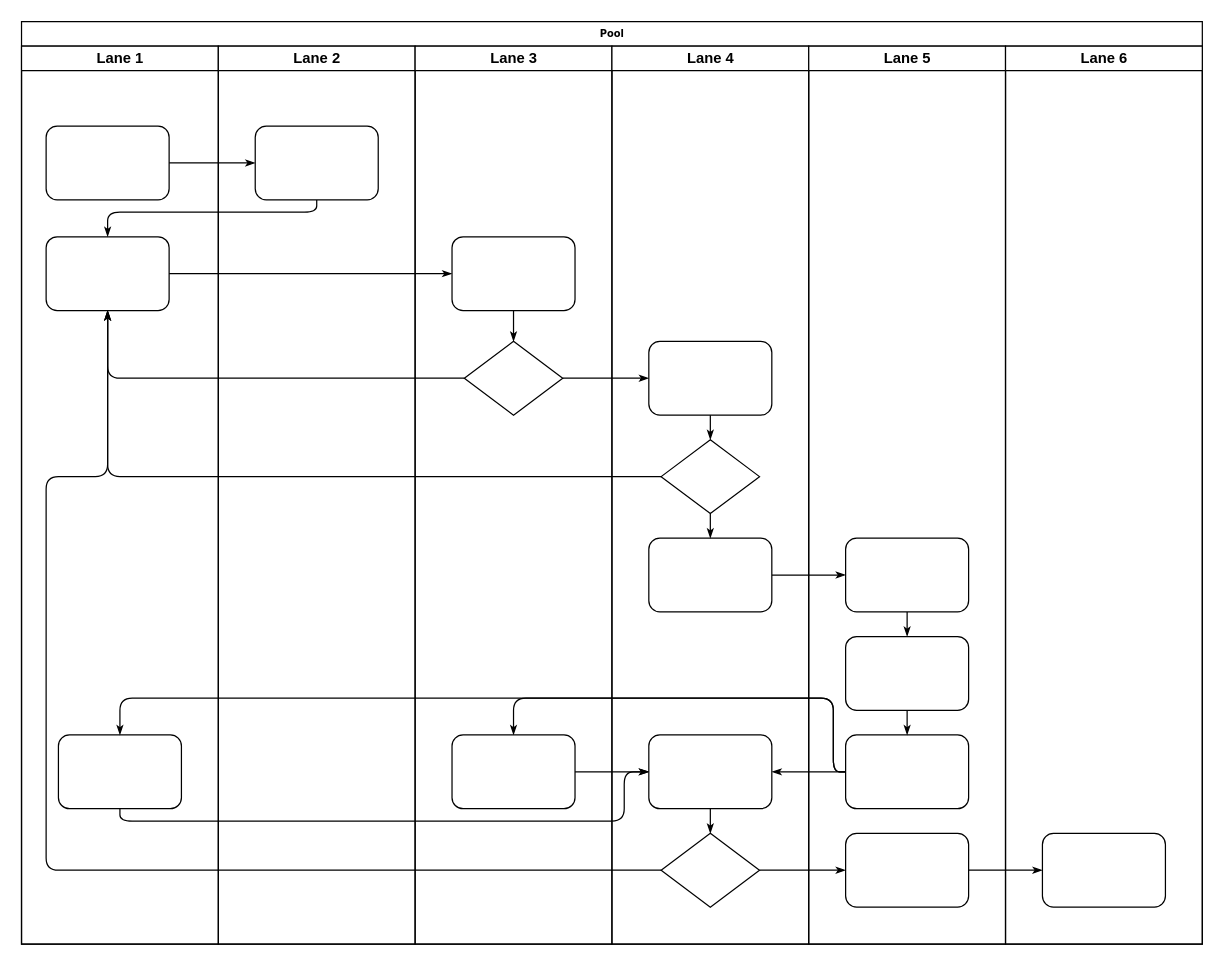
Above: Untitled Diagram.drawio in zeronecodes/codes (draw.io), before the change. Source tidied: cells renumbered, new cells numbered last; positions are measured from the earlier drawing's top-left corner, leaving out a move shared by most shapes. Both pictures are drawn from the tidied source at 123%, with x=0, y=0 at pixel (21, 21).
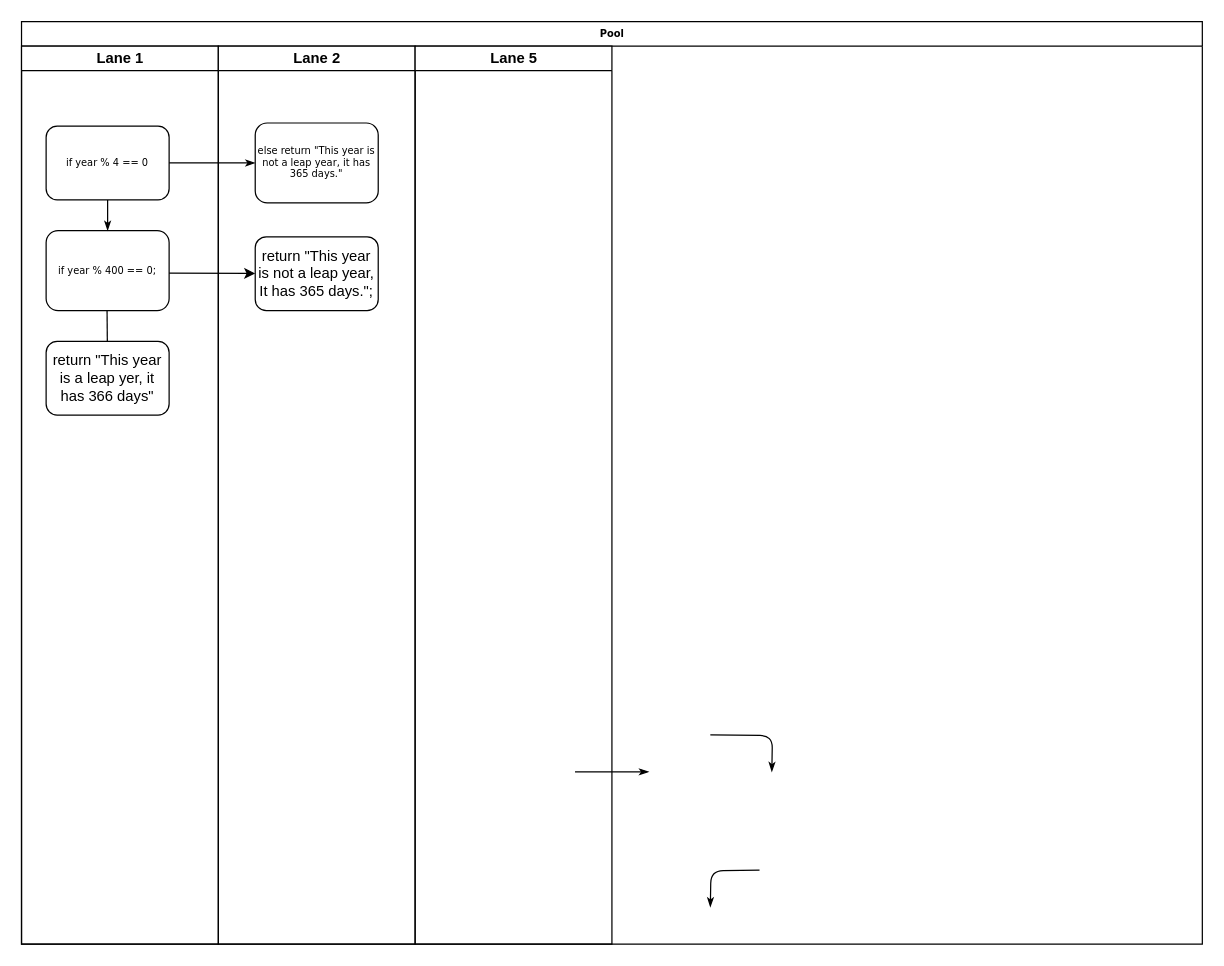
Above is the later version.

Commit message:
Leap Year Checker

The change refers to these unchanged cells:
```xml
<mxCell id="2" value="Pool" style="swimlane;html=1;startSize=20;rounded=0;shadow=0;labelBackgroundColor=none;strokeWidth=1;fontFamily=Verdana;fontSize=8;align=center;" parent="1" vertex="1">
  <mxGeometry width="960" height="750" as="geometry" />
</mxCell>
<mxCell id="3" value="Lane 1" style="swimlane;html=1;startSize=20;" parent="2" vertex="1">
  <mxGeometry y="20" width="160" height="730" as="geometry" />
</mxCell>
<mxCell id="22" value="Lane 2" style="swimlane;html=1;startSize=20;" parent="2" vertex="1">
  <mxGeometry x="160" y="20" width="160" height="730" as="geometry" />
</mxCell>
```

Change to the diagram source:
```diff
@@
+    <mxCell id="47" style="endArrow=classic;html=1;" parent="3" edge="1">
+      <mxGeometry relative="1" as="geometry">
+        <mxPoint x="69.5" y="210" as="sourcePoint" />
+        <mxPoint x="70" y="270" as="targetPoint" />
+      </mxGeometry>
+    </mxCell>
-    <mxCell id="4" style="rounded=1;whiteSpace=wrap;html=1;shadow=0;labelBackgroundColor=none;strokeWidth=1;fontFamily=Verdana;fontSize=8;align=center;" parent="3" vertex="1">
+    <mxCell id="4" value="if year % 4 == 0" style="rounded=1;whiteSpace=wrap;html=1;shadow=0;labelBackgroundColor=none;strokeWidth=1;fontFamily=Verdana;fontSize=8;align=center;" parent="3" vertex="1">
       <mxGeometry x="20" y="65" width="100" height="60" as="geometry" />
     </mxCell>
-    <mxCell id="5" style="rounded=1;whiteSpace=wrap;html=1;shadow=0;labelBackgroundColor=none;strokeWidth=1;fontFamily=Verdana;fontSize=8;align=center;" parent="3" vertex="1">
-      <mxGeometry x="20" y="155" width="100" height="60" as="geometry" />
+    <mxCell id="5" value="if year % 400 == 0;" style="rounded=1;whiteSpace=wrap;html=1;shadow=0;labelBackgroundColor=none;strokeWidth=1;fontFamily=Verdana;fontSize=8;align=center;" parent="3" vertex="1">
+      <mxGeometry x="20" y="150" width="100" height="65" as="geometry" />
     </mxCell>
-    <mxCell id="6" style="rounded=1;whiteSpace=wrap;html=1;shadow=0;labelBackgroundColor=none;strokeWidth=1;fontFamily=Verdana;fontSize=8;align=center;" parent="3" vertex="1">
-      <mxGeometry x="30" y="560" width="100" height="60" as="geometry" />
-    </mxCell>
+    <mxCell id="8" style="edgeStyle=orthogonalEdgeStyle;rounded=1;html=1;labelBackgroundColor=none;startArrow=none;startFill=0;startSize=5;endArrow=classicThin;endFill=1;endSize=5;jettySize=auto;strokeWidth=1;fontFamily=Verdana;fontSize=8;exitX=0.5;exitY=1;exitDx=0;exitDy=0;" parent="3" edge="1" source="4" target="5">
+      <mxGeometry relative="1" as="geometry" />
+    </mxCell>
+    <mxCell id="48" value="return &quot;This year is a leap yer, it has 366 days&quot;" style="rounded=1;whiteSpace=wrap;html=1;" parent="3" vertex="1">
+      <mxGeometry x="20" y="240" width="100" height="60" as="geometry" />
+    </mxCell>
+    <mxCell id="49" style="endArrow=classic;html=1;" parent="3" edge="1" target="50">
+      <mxGeometry relative="1" as="geometry">
+        <mxPoint x="120" y="184.5" as="sourcePoint" />
+      </mxGeometry>
+    </mxCell>
@@
-    <mxCell id="8" style="edgeStyle=orthogonalEdgeStyle;rounded=1;html=1;labelBackgroundColor=none;startArrow=none;startFill=0;startSize=5;endArrow=classicThin;endFill=1;endSize=5;jettySize=auto;strokeWidth=1;fontFamily=Verdana;fontSize=8;" parent="2" edge="1" source="23" target="5">
-      <mxGeometry relative="1" as="geometry">
-        <Array as="points">
-          <mxPoint x="240" y="155" />
-          <mxPoint x="70" y="155" />
-        </Array>
-      </mxGeometry>
-    </mxCell>
-    <mxCell id="9" style="edgeStyle=orthogonalEdgeStyle;rounded=1;html=1;labelBackgroundColor=none;startArrow=none;startFill=0;startSize=5;endArrow=classicThin;endFill=1;endSize=5;jettySize=auto;strokeWidth=1;fontFamily=Verdana;fontSize=8;" parent="2" edge="1" source="5" target="25">
-      <mxGeometry relative="1" as="geometry" />
-    </mxCell>
-    <mxCell id="10" style="edgeStyle=orthogonalEdgeStyle;rounded=1;html=1;labelBackgroundColor=none;startArrow=none;startFill=0;startSize=5;endArrow=classicThin;endFill=1;endSize=5;jettySize=auto;strokeWidth=1;fontFamily=Verdana;fontSize=8;" parent="2" edge="1" source="26" target="5">
-      <mxGeometry relative="1" as="geometry" />
-    </mxCell>
-    <mxCell id="11" style="edgeStyle=orthogonalEdgeStyle;rounded=1;html=1;labelBackgroundColor=none;startArrow=none;startFill=0;startSize=5;endArrow=classicThin;endFill=1;endSize=5;jettySize=auto;strokeWidth=1;fontFamily=Verdana;fontSize=8;" parent="2" edge="1" source="31" target="5">
-      <mxGeometry relative="1" as="geometry" />
-    </mxCell>
-    <mxCell id="12" style="edgeStyle=orthogonalEdgeStyle;rounded=1;html=1;labelBackgroundColor=none;startArrow=none;startFill=0;startSize=5;endArrow=classicThin;endFill=1;endSize=5;jettySize=auto;strokeWidth=1;fontFamily=Verdana;fontSize=8;" parent="2" edge="1" source="34" target="5">
-      <mxGeometry relative="1" as="geometry">
-        <Array as="points">
-          <mxPoint x="20" y="690" />
-          <mxPoint x="20" y="370" />
-          <mxPoint x="70" y="370" />
-        </Array>
-      </mxGeometry>
-    </mxCell>
-    <mxCell id="13" style="edgeStyle=orthogonalEdgeStyle;rounded=1;html=1;labelBackgroundColor=none;startArrow=none;startFill=0;startSize=5;endArrow=classicThin;endFill=1;endSize=5;jettySize=auto;strokeWidth=1;fontFamily=Verdana;fontSize=8;" parent="2" edge="1" source="26" target="30">
-      <mxGeometry relative="1" as="geometry" />
-    </mxCell>
-    <mxCell id="14" style="edgeStyle=orthogonalEdgeStyle;rounded=1;html=1;labelBackgroundColor=none;startArrow=none;startFill=0;startSize=5;endArrow=classicThin;endFill=1;endSize=5;jettySize=auto;strokeWidth=1;fontFamily=Verdana;fontSize=8;" parent="2" edge="1" source="34" target="42">
-      <mxGeometry relative="1" as="geometry" />
+    <mxCell id="14" style="edgeStyle=orthogonalEdgeStyle;rounded=1;html=1;labelBackgroundColor=none;startArrow=none;startFill=0;startSize=5;endArrow=classicThin;endFill=1;endSize=5;jettySize=auto;orthogonalLoop=1;strokeWidth=1;fontFamily=Verdana;fontSize=8;" parent="2" edge="1">
+      <mxGeometry relative="1" as="geometry">
+        <mxPoint x="600" y="690" as="sourcePoint" />
+        <mxPoint x="560" y="720" as="targetPoint" />
+      </mxGeometry>
     </mxCell>
-    <mxCell id="15" style="edgeStyle=orthogonalEdgeStyle;rounded=1;html=1;labelBackgroundColor=none;startArrow=none;startFill=0;startSize=5;endArrow=classicThin;endFill=1;endSize=5;jettySize=auto;strokeWidth=1;fontFamily=Verdana;fontSize=8;" parent="2" edge="1" source="42" target="46">
-      <mxGeometry relative="1" as="geometry" />
+    <mxCell id="15" style="edgeStyle=orthogonalEdgeStyle;rounded=1;html=1;labelBackgroundColor=none;startArrow=none;startFill=0;startSize=5;endArrow=classicThin;endFill=1;endSize=5;jettySize=auto;orthogonalLoop=1;strokeWidth=1;fontFamily=Verdana;fontSize=8;" parent="2" edge="1">
+      <mxGeometry relative="1" as="geometry">
+        <mxPoint x="610" y="690" as="sourcePoint" />
+      </mxGeometry>
     </mxCell>
-    <mxCell id="16" style="edgeStyle=orthogonalEdgeStyle;rounded=1;html=1;labelBackgroundColor=none;startArrow=none;startFill=0;startSize=5;endArrow=classicThin;endFill=1;endSize=5;jettySize=auto;strokeWidth=1;fontFamily=Verdana;fontSize=8;" parent="2" edge="1" source="32" target="39">
-      <mxGeometry relative="1" as="geometry" />
-    </mxCell>
-    <mxCell id="17" style="edgeStyle=orthogonalEdgeStyle;rounded=1;html=1;labelBackgroundColor=none;startArrow=none;startFill=0;startSize=5;endArrow=classicThin;endFill=1;endSize=5;jettySize=auto;strokeWidth=1;fontFamily=Verdana;fontSize=8;" parent="2" edge="1" source="41" target="27">
+    <mxCell id="17" style="edgeStyle=orthogonalEdgeStyle;rounded=1;html=1;labelBackgroundColor=none;startArrow=none;startFill=0;startSize=5;endArrow=classicThin;endFill=1;endSize=5;jettySize=auto;orthogonalLoop=1;strokeWidth=1;fontFamily=Verdana;fontSize=8;" parent="2" edge="1">
       <mxGeometry relative="1" as="geometry">
+        <mxPoint x="610" y="610" as="sourcePoint" />
         <Array as="points">
           <mxPoint x="660" y="610" />
           <mxPoint x="660" y="550" />
           <mxPoint x="400" y="550" />
         </Array>
       </mxGeometry>
     </mxCell>
-    <mxCell id="18" style="edgeStyle=orthogonalEdgeStyle;rounded=1;html=1;labelBackgroundColor=none;startArrow=none;startFill=0;startSize=5;endArrow=classicThin;endFill=1;endSize=5;jettySize=auto;strokeColor=#000000;strokeWidth=1;fontFamily=Verdana;fontSize=8;fontColor=#000000;" parent="2" edge="1" source="41" target="33">
-      <mxGeometry relative="1" as="geometry" />
+    <mxCell id="18" style="edgeStyle=orthogonalEdgeStyle;rounded=1;html=1;labelBackgroundColor=none;startArrow=none;startFill=0;startSize=5;endArrow=classicThin;endFill=1;endSize=5;jettySize=auto;orthogonalLoop=1;strokeColor=#000000;strokeWidth=1;fontFamily=Verdana;fontSize=8;fontColor=#000000;" parent="2" edge="1">
+      <mxGeometry relative="1" as="geometry">
+        <mxPoint x="560" y="580" as="sourcePoint" />
+        <mxPoint x="610" y="610" as="targetPoint" />
+      </mxGeometry>
     </mxCell>
-    <mxCell id="19" style="edgeStyle=orthogonalEdgeStyle;rounded=1;html=1;labelBackgroundColor=none;startArrow=none;startFill=0;startSize=5;endArrow=classicThin;endFill=1;endSize=5;jettySize=auto;strokeWidth=1;fontFamily=Verdana;fontSize=8;" parent="2" edge="1" source="41" target="6">
-      <mxGeometry relative="1" as="geometry">
-        <Array as="points">
-          <mxPoint x="660" y="610" />
-          <mxPoint x="660" y="550" />
-          <mxPoint x="80" y="550" />
-        </Array>
-      </mxGeometry>
-    </mxCell>
-    <mxCell id="20" style="edgeStyle=orthogonalEdgeStyle;rounded=1;html=1;labelBackgroundColor=none;startArrow=none;startFill=0;startSize=5;endArrow=classicThin;endFill=1;endSize=5;jettySize=auto;strokeWidth=1;fontFamily=Verdana;fontSize=8;" parent="2" edge="1" source="6" target="33">
-      <mxGeometry relative="1" as="geometry">
-        <Array as="points">
-          <mxPoint x="80" y="650" />
-          <mxPoint x="490" y="650" />
-          <mxPoint x="490" y="610" />
-        </Array>
-      </mxGeometry>
-    </mxCell>
-    <mxCell id="21" style="edgeStyle=orthogonalEdgeStyle;rounded=1;html=1;labelBackgroundColor=none;startArrow=none;startFill=0;startSize=5;endArrow=classicThin;endFill=1;endSize=5;jettySize=auto;strokeWidth=1;fontFamily=Verdana;fontSize=8;" parent="2" edge="1" source="27" target="33">
-      <mxGeometry relative="1" as="geometry" />
+    <mxCell id="21" style="edgeStyle=orthogonalEdgeStyle;rounded=1;html=1;labelBackgroundColor=none;startArrow=none;startFill=0;startSize=5;endArrow=classicThin;endFill=1;endSize=5;jettySize=auto;orthogonalLoop=1;strokeWidth=1;fontFamily=Verdana;fontSize=8;" parent="2" edge="1">
+      <mxGeometry relative="1" as="geometry">
+        <mxPoint x="450" y="610" as="sourcePoint" />
+        <mxPoint x="510" y="610" as="targetPoint" />
+      </mxGeometry>
     </mxCell>
@@
-    <mxCell id="23" style="rounded=1;whiteSpace=wrap;html=1;shadow=0;labelBackgroundColor=none;strokeWidth=1;fontFamily=Verdana;fontSize=8;align=center;" parent="22" vertex="1">
-      <mxGeometry x="30" y="65" width="100" height="60" as="geometry" />
+    <mxCell id="23" value="else return &quot;This year is not a leap year, it has 365 days.&quot;" style="rounded=1;whiteSpace=wrap;html=1;shadow=0;labelBackgroundColor=none;strokeWidth=1;fontFamily=Verdana;fontSize=8;align=center;" parent="22" vertex="1">
+      <mxGeometry x="30" y="62.5" width="100" height="65" as="geometry" />
     </mxCell>
-    <mxCell id="24" value="Lane 3" style="swimlane;html=1;startSize=20;" parent="2" vertex="1">
-      <mxGeometry x="320" y="20" width="160" height="730" as="geometry" />
-    </mxCell>
-    <mxCell id="25" style="rounded=1;whiteSpace=wrap;html=1;shadow=0;labelBackgroundColor=none;strokeWidth=1;fontFamily=Verdana;fontSize=8;align=center;" parent="24" vertex="1">
-      <mxGeometry x="30" y="155" width="100" height="60" as="geometry" />
-    </mxCell>
-    <mxCell id="26" style="rhombus;whiteSpace=wrap;html=1;rounded=0;shadow=0;labelBackgroundColor=none;strokeWidth=1;fontFamily=Verdana;fontSize=8;align=center;" parent="24" vertex="1">
-      <mxGeometry x="40" y="240" width="80" height="60" as="geometry" />
-    </mxCell>
-    <mxCell id="27" style="rounded=1;whiteSpace=wrap;html=1;shadow=0;labelBackgroundColor=none;strokeWidth=1;fontFamily=Verdana;fontSize=8;align=center;" parent="24" vertex="1">
-      <mxGeometry x="30" y="560" width="100" height="60" as="geometry" />
-    </mxCell>
-    <mxCell id="28" style="edgeStyle=orthogonalEdgeStyle;rounded=1;html=1;labelBackgroundColor=none;startArrow=none;startFill=0;startSize=5;endArrow=classicThin;endFill=1;endSize=5;jettySize=auto;strokeWidth=1;fontFamily=Verdana;fontSize=8;" parent="24" edge="1" source="25" target="26">
-      <mxGeometry relative="1" as="geometry" />
-    </mxCell>
-    <mxCell id="29" value="Lane 4" style="swimlane;html=1;startSize=20;" parent="2" vertex="1">
-      <mxGeometry x="480" y="20" width="160" height="730" as="geometry" />
-    </mxCell>
-    <mxCell id="30" style="rounded=1;whiteSpace=wrap;html=1;shadow=0;labelBackgroundColor=none;strokeWidth=1;fontFamily=Verdana;fontSize=8;align=center;" parent="29" vertex="1">
-      <mxGeometry x="30" y="240" width="100" height="60" as="geometry" />
-    </mxCell>
-    <mxCell id="31" style="rhombus;whiteSpace=wrap;html=1;rounded=0;shadow=0;labelBackgroundColor=none;strokeWidth=1;fontFamily=Verdana;fontSize=8;align=center;" parent="29" vertex="1">
-      <mxGeometry x="40" y="320" width="80" height="60" as="geometry" />
-    </mxCell>
-    <mxCell id="32" style="rounded=1;whiteSpace=wrap;html=1;shadow=0;labelBackgroundColor=none;strokeWidth=1;fontFamily=Verdana;fontSize=8;align=center;" parent="29" vertex="1">
-      <mxGeometry x="30" y="400" width="100" height="60" as="geometry" />
-    </mxCell>
-    <mxCell id="33" style="rounded=1;whiteSpace=wrap;html=1;shadow=0;labelBackgroundColor=none;strokeWidth=1;fontFamily=Verdana;fontSize=8;align=center;" parent="29" vertex="1">
-      <mxGeometry x="30" y="560" width="100" height="60" as="geometry" />
-    </mxCell>
-    <mxCell id="34" style="rhombus;whiteSpace=wrap;html=1;rounded=0;shadow=0;labelBackgroundColor=none;strokeWidth=1;fontFamily=Verdana;fontSize=8;align=center;" parent="29" vertex="1">
-      <mxGeometry x="40" y="640" width="80" height="60" as="geometry" />
-    </mxCell>
-    <mxCell id="35" style="edgeStyle=orthogonalEdgeStyle;rounded=1;html=1;labelBackgroundColor=none;startArrow=none;startFill=0;startSize=5;endArrow=classicThin;endFill=1;endSize=5;jettySize=auto;strokeColor=#000000;strokeWidth=1;fontFamily=Verdana;fontSize=8;fontColor=#000000;" parent="29" edge="1" source="30" target="31">
-      <mxGeometry relative="1" as="geometry" />
-    </mxCell>
-    <mxCell id="36" style="edgeStyle=orthogonalEdgeStyle;rounded=1;html=1;labelBackgroundColor=none;startArrow=none;startFill=0;startSize=5;endArrow=classicThin;endFill=1;endSize=5;jettySize=auto;strokeWidth=1;fontFamily=Verdana;fontSize=8;" parent="29" edge="1" source="31" target="32">
-      <mxGeometry relative="1" as="geometry" />
-    </mxCell>
-    <mxCell id="37" style="edgeStyle=orthogonalEdgeStyle;rounded=1;html=1;labelBackgroundColor=none;startArrow=none;startFill=0;startSize=5;endArrow=classicThin;endFill=1;endSize=5;jettySize=auto;strokeWidth=1;fontFamily=Verdana;fontSize=8;" parent="29" edge="1" source="33" target="34">
-      <mxGeometry relative="1" as="geometry" />
-    </mxCell>
+    <mxCell id="50" value="return &quot;This year is not a leap year, It has 365 days.&quot;;" style="rounded=1;whiteSpace=wrap;html=1;" parent="22" vertex="1">
+      <mxGeometry x="30" y="155" width="100" height="60" as="geometry" />
+    </mxCell>
     <mxCell id="38" value="Lane 5" style="swimlane;html=1;startSize=20;" parent="2" vertex="1">
-      <mxGeometry x="640" y="20" width="160" height="730" as="geometry" />
+      <mxGeometry x="320" y="20" width="160" height="730" as="geometry" />
     </mxCell>
-    <mxCell id="39" style="rounded=1;whiteSpace=wrap;html=1;shadow=0;labelBackgroundColor=none;strokeWidth=1;fontFamily=Verdana;fontSize=8;align=center;" parent="38" vertex="1">
-      <mxGeometry x="30" y="400" width="100" height="60" as="geometry" />
-    </mxCell>
-    <mxCell id="40" style="rounded=1;whiteSpace=wrap;html=1;shadow=0;labelBackgroundColor=none;strokeWidth=1;fontFamily=Verdana;fontSize=8;align=center;" parent="38" vertex="1">
-      <mxGeometry x="30" y="480" width="100" height="60" as="geometry" />
-    </mxCell>
-    <mxCell id="41" style="rounded=1;whiteSpace=wrap;html=1;shadow=0;labelBackgroundColor=none;strokeWidth=1;fontFamily=Verdana;fontSize=8;align=center;" parent="38" vertex="1">
-      <mxGeometry x="30" y="560" width="100" height="60" as="geometry" />
-    </mxCell>
-    <mxCell id="42" style="rounded=1;whiteSpace=wrap;html=1;shadow=0;labelBackgroundColor=none;strokeWidth=1;fontFamily=Verdana;fontSize=8;align=center;" parent="38" vertex="1">
-      <mxGeometry x="30" y="640" width="100" height="60" as="geometry" />
-    </mxCell>
-    <mxCell id="43" style="edgeStyle=orthogonalEdgeStyle;rounded=1;html=1;labelBackgroundColor=none;startArrow=none;startFill=0;startSize=5;endArrow=classicThin;endFill=1;endSize=5;jettySize=auto;strokeWidth=1;fontFamily=Verdana;fontSize=8;" parent="38" edge="1" source="39" target="40">
-      <mxGeometry relative="1" as="geometry" />
+    <mxCell id="43" style="edgeStyle=orthogonalEdgeStyle;rounded=1;html=1;labelBackgroundColor=none;startArrow=none;startFill=0;startSize=5;endArrow=classicThin;endFill=1;endSize=5;jettySize=auto;orthogonalLoop=1;strokeWidth=1;fontFamily=Verdana;fontSize=8;" parent="38" edge="1">
+      <mxGeometry relative="1" as="geometry">
+        <mxPoint x="80" y="480" as="targetPoint" />
+      </mxGeometry>
     </mxCell>
-    <mxCell id="44" style="edgeStyle=orthogonalEdgeStyle;rounded=1;html=1;labelBackgroundColor=none;startArrow=none;startFill=0;startSize=5;endArrow=classicThin;endFill=1;endSize=5;jettySize=auto;strokeWidth=1;fontFamily=Verdana;fontSize=8;" parent="38" edge="1" source="40" target="41">
-      <mxGeometry relative="1" as="geometry" />
+    <mxCell id="44" style="edgeStyle=orthogonalEdgeStyle;rounded=1;html=1;labelBackgroundColor=none;startArrow=none;startFill=0;startSize=5;endArrow=classicThin;endFill=1;endSize=5;jettySize=auto;orthogonalLoop=1;strokeWidth=1;fontFamily=Verdana;fontSize=8;" parent="38" edge="1">
+      <mxGeometry relative="1" as="geometry">
+        <mxPoint x="80" y="540" as="sourcePoint" />
+      </mxGeometry>
     </mxCell>
-    <mxCell id="45" value="Lane 6" style="swimlane;html=1;startSize=20;" parent="2" vertex="1">
-      <mxGeometry x="800" y="20" width="160" height="730" as="geometry" />
-    </mxCell>
-    <mxCell id="46" style="rounded=1;whiteSpace=wrap;html=1;shadow=0;labelBackgroundColor=none;strokeWidth=1;fontFamily=Verdana;fontSize=8;align=center;" parent="45" vertex="1">
-      <mxGeometry x="30" y="640" width="100" height="60" as="geometry" />
-    </mxCell>
```
